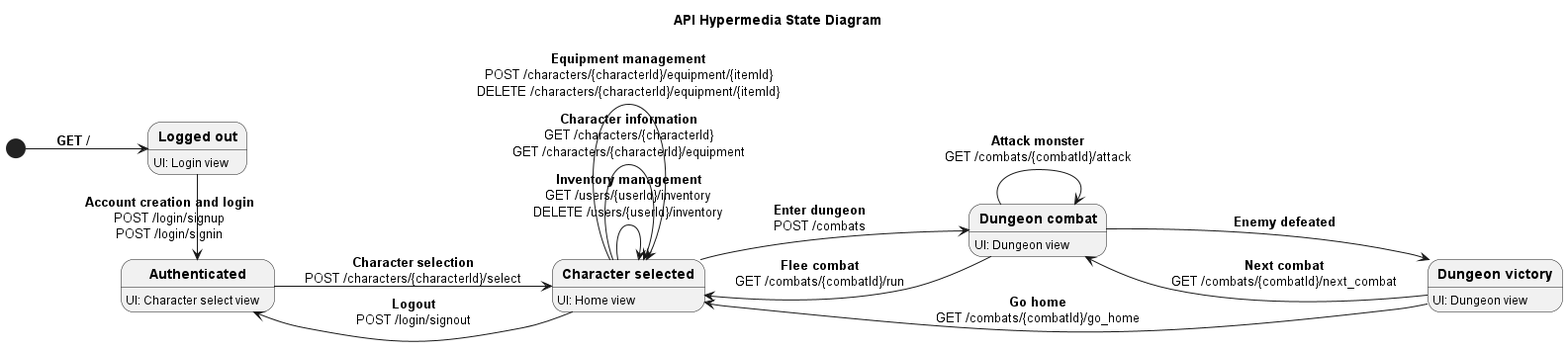
Above: docs/hypermedia-state.png in cyborgwalrus/dungeons-and-databases (PlantUML), before the change.
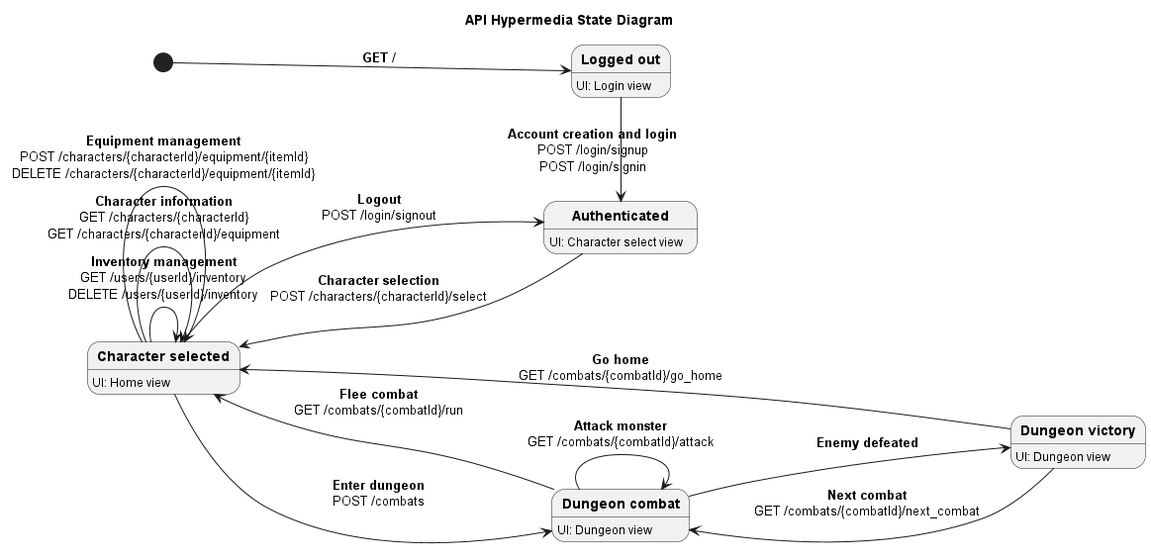
The same diagram one commit later.

Change to the diagram source:
```diff
@@ -21,8 +21,8 @@
 home --> home : **Equipment management**\nPOST /characters/{characterId}/equipment/{itemId}\nDELETE /characters/{characterId}/equipment/{itemId}
 
 combat ---> combat : **Attack monster**\nGET /combats/{combatId}/attack
-combat -> home : **Flee combat**\nGET /combats/{combatId}/run
-combat --> victory : **Enemy defeated**
+combat -u> home : **Flee combat**\nGET /combats/{combatId}/run
+combat -d-> victory : **Enemy defeated**
 
 victory -> combat : **Next combat**\nGET /combats/{combatId}/next_combat
 victory --> home : **Go home**\nGET /combats/{combatId}/go_home
```
